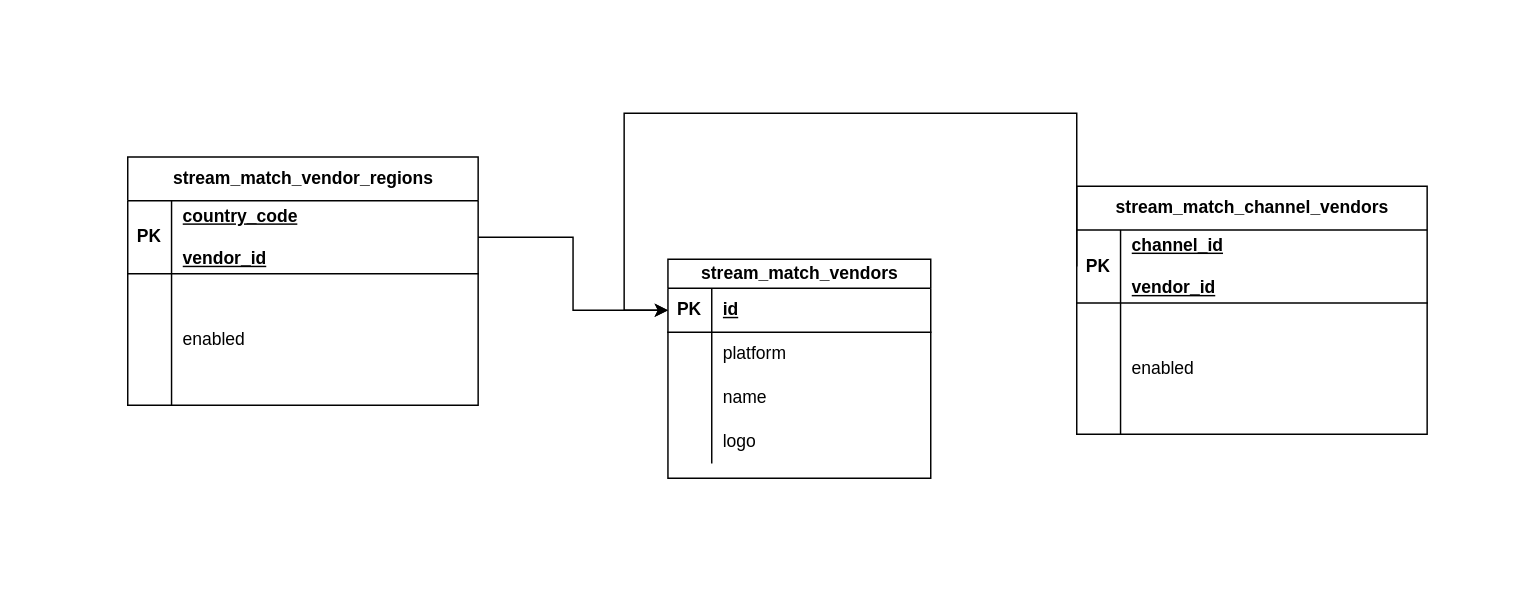
This is page "data-relations" (2 of 2) of data-collection-flow.drawio from zeeshan-edgevideo-ai/architecture, a draw.io file, before an edit. Source tidied: cells renumbered, new cells numbered last; positions are measured from the earlier drawing's top-left corner, leaving out a move shared by most shapes. Both pictures are drawn from the tidied source at 146%, with x=0, y=0 at pixel (127, 112).
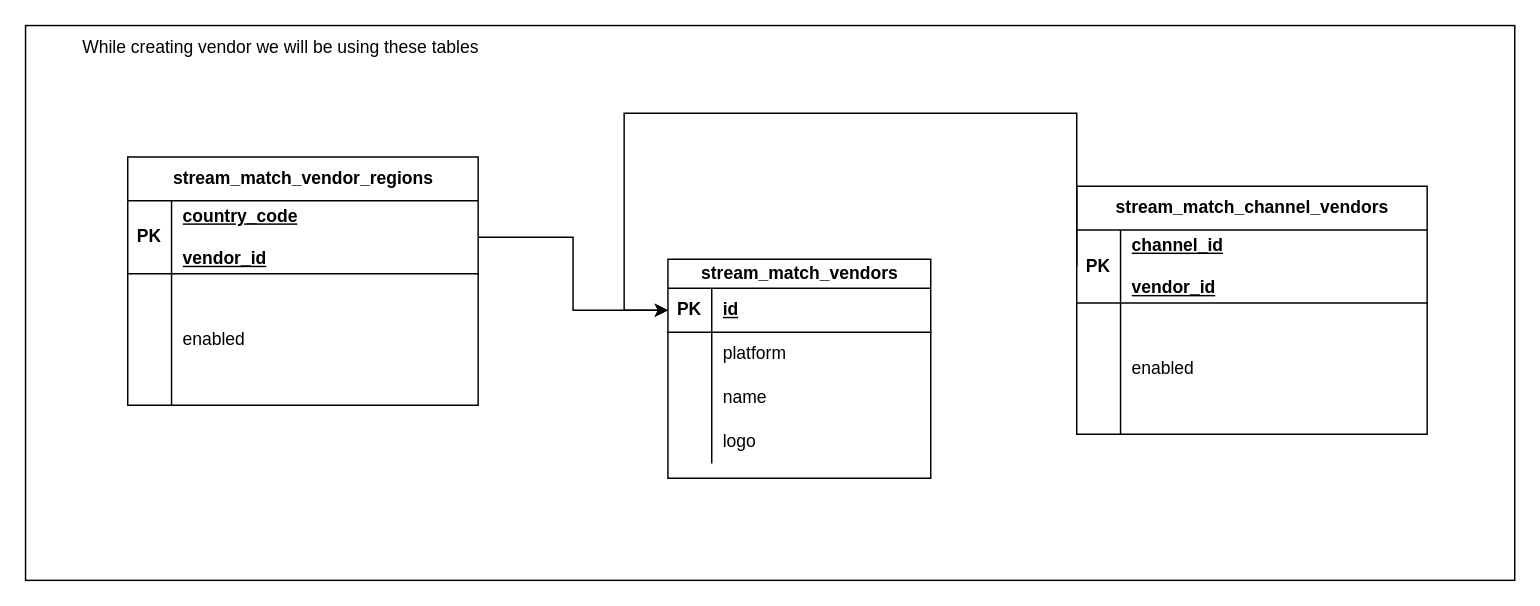
Above is the later version.

Diff of the diagram source:
```diff
@@
+    <mxCell id="43" style="rounded=0;whiteSpace=wrap;html=1;fillColor=none;" parent="1" vertex="1">
+      <mxGeometry x="-70" y="-60" width="1020" height="380" as="geometry" />
+    </mxCell>
@@
+    <mxCell id="44" value="While creating vendor we will be using these tables" style="text;html=1;align=center;verticalAlign=middle;whiteSpace=wrap;rounded=0;" parent="1" vertex="1">
+      <mxGeometry x="-60" y="-60" width="330" height="30" as="geometry" />
+    </mxCell>
```
